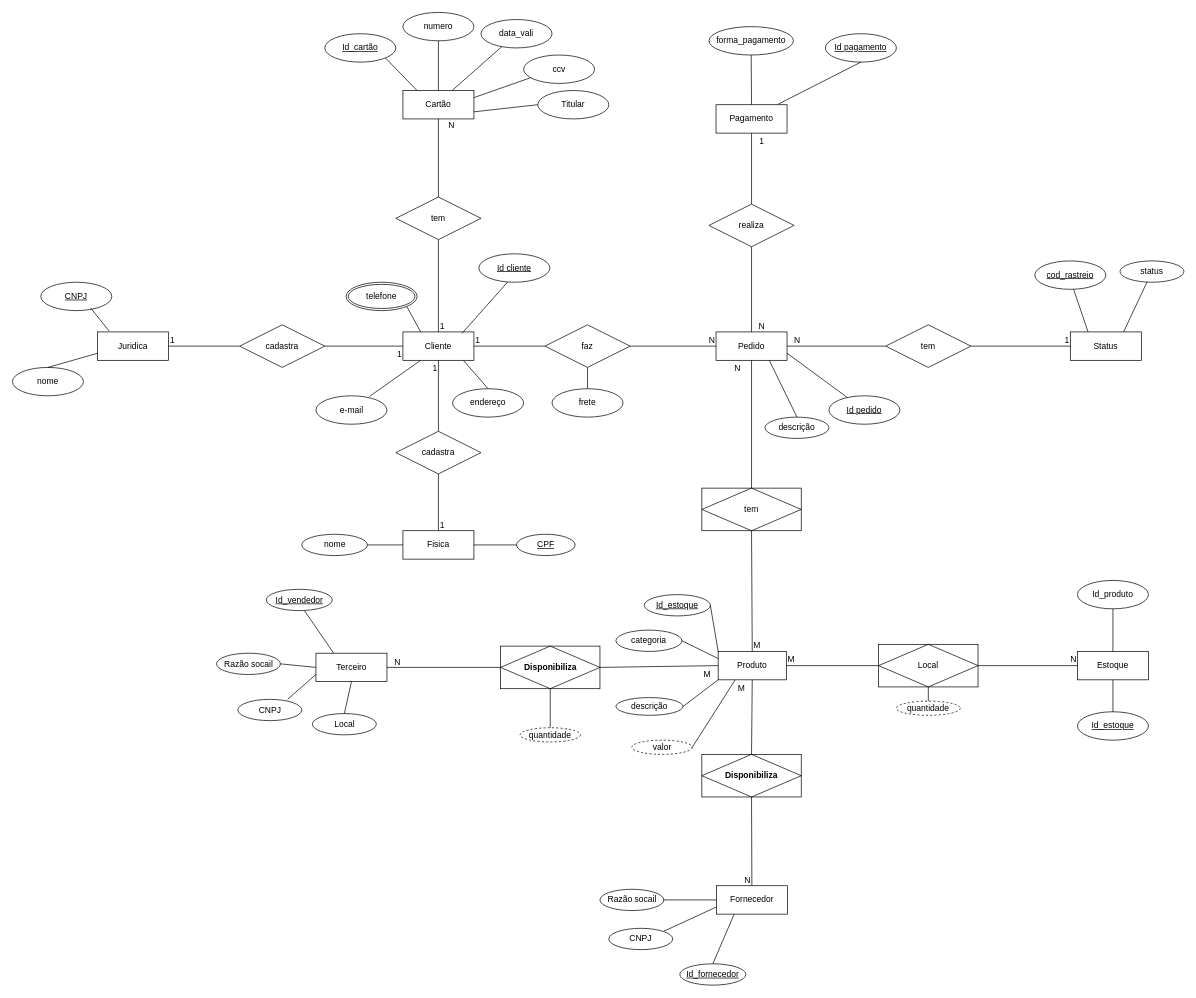
Above: e-commerce.drawio in eijihayash/projeto_conceitual_banco_dados (draw.io), before the change. Source tidied: cells renumbered, new cells numbered last; positions are measured from the earlier drawing's top-left corner, leaving out a move shared by most shapes. Both pictures are drawn from the tidied source at 71%, with x=0, y=0 at pixel (12, 12).
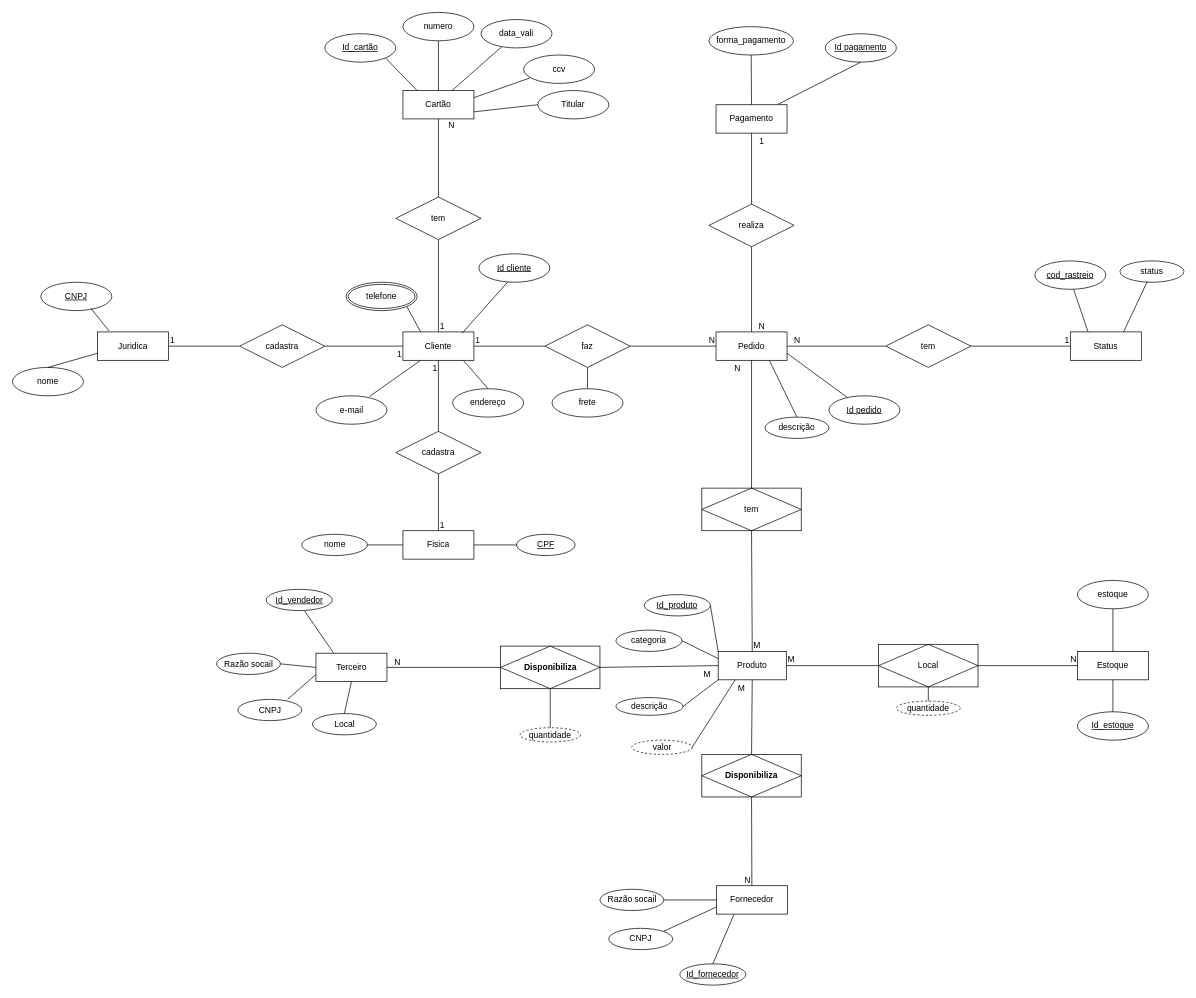
After the change.

Diff of the diagram source:
```diff
@@
-    <mxCell id="41" value="Id_produto" style="ellipse;whiteSpace=wrap;html=1;align=center;strokeColor=default;verticalAlign=middle;fontFamily=Helvetica;fontSize=12;fontColor=default;fillColor=default;" parent="1" vertex="1">
+    <mxCell id="41" value="estoque" style="ellipse;whiteSpace=wrap;html=1;align=center;strokeColor=default;verticalAlign=middle;fontFamily=Helvetica;fontSize=12;fontColor=default;fillColor=default;" parent="1" vertex="1">
       <mxGeometry x="1500" y="800" width="100" height="40" as="geometry" />
     </mxCell>
-    <mxCell id="42" value="Id_estoque" style="ellipse;whiteSpace=wrap;html=1;align=center;fontStyle=4;strokeColor=default;verticalAlign=middle;fontFamily=Helvetica;fontSize=12;fontColor=default;fillColor=default;" parent="1" vertex="1">
+    <mxCell id="42" value="Id_produto" style="ellipse;whiteSpace=wrap;html=1;align=center;fontStyle=4;strokeColor=default;verticalAlign=middle;fontFamily=Helvetica;fontSize=12;fontColor=default;fillColor=default;" parent="1" vertex="1">
       <mxGeometry x="890" y="820" width="93" height="30" as="geometry" />
     </mxCell>
```
